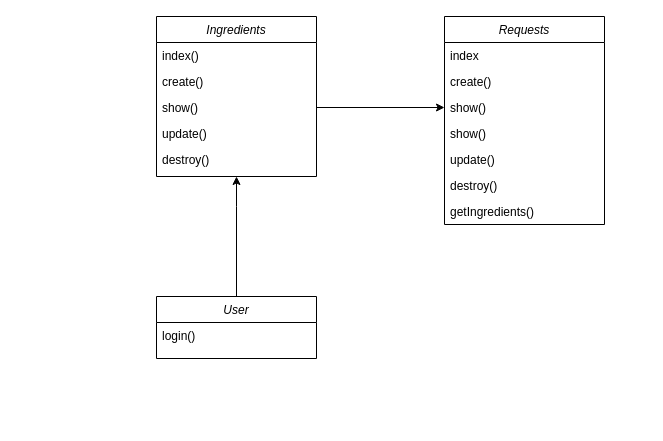
Above: diagrama-classe.drawio in KelpGF/Curso-Laravel-8 (draw.io), before the change. Source tidied: cells renumbered, new cells numbered last; positions are measured from the earlier drawing's top-left corner, leaving out a move shared by most shapes. Both pictures are drawn from the tidied source at 100%, with x=0, y=0 at pixel (156, 16).
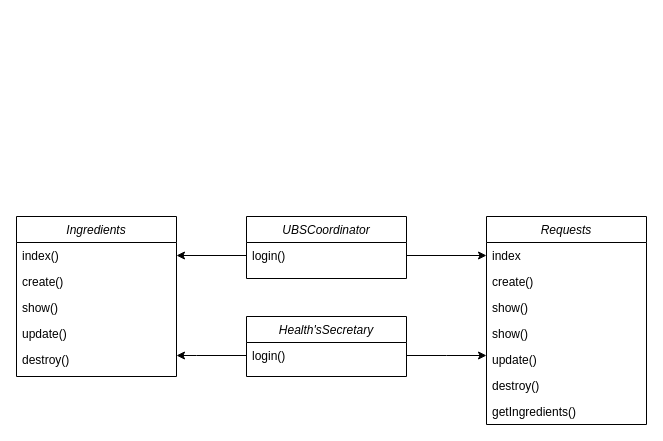
After the change.

Unchanged cells that the change refers to:
```xml
<mxCell id="3" value="index()" style="text;align=left;verticalAlign=top;spacingLeft=4;spacingRight=4;overflow=hidden;points=[[0,0.5],[1,0.5]];portConstraint=eastwest;" parent="2" vertex="1">
  <mxGeometry y="26" width="160" height="26" as="geometry" />
</mxCell>
<mxCell id="5" value="show()" style="text;align=left;verticalAlign=top;spacingLeft=4;spacingRight=4;overflow=hidden;points=[[0,0.5],[1,0.5]];portConstraint=eastwest;" parent="2" vertex="1">
  <mxGeometry y="78" width="160" height="26" as="geometry" />
</mxCell>
<mxCell id="7" value="destroy()" style="text;align=left;verticalAlign=top;spacingLeft=4;spacingRight=4;overflow=hidden;points=[[0,0.5],[1,0.5]];portConstraint=eastwest;" parent="2" vertex="1">
  <mxGeometry y="130" width="160" height="26" as="geometry" />
</mxCell>
<mxCell id="9" value="index" style="text;align=left;verticalAlign=top;spacingLeft=4;spacingRight=4;overflow=hidden;points=[[0,0.5],[1,0.5]];portConstraint=eastwest;" parent="8" vertex="1">
  <mxGeometry y="26" width="160" height="26" as="geometry" />
</mxCell>
<mxCell id="11" value="show()" style="text;align=left;verticalAlign=top;spacingLeft=4;spacingRight=4;overflow=hidden;points=[[0,0.5],[1,0.5]];portConstraint=eastwest;" parent="8" vertex="1">
  <mxGeometry y="78" width="160" height="26" as="geometry" />
</mxCell>
<mxCell id="19" value="login()" style="text;align=left;verticalAlign=top;spacingLeft=4;spacingRight=4;overflow=hidden;points=[[0,0.5],[1,0.5]];portConstraint=eastwest;" parent="18" vertex="1">
  <mxGeometry y="26" width="160" height="26" as="geometry" />
</mxCell>
```

What changed in the source:
```diff
@@
     <mxCell id="2" value="Ingredients" style="swimlane;fontStyle=2;align=center;verticalAlign=top;horizontal=1;startSize=26;rounded=0;shadow=0;strokeWidth=1;" parent="1" vertex="1">
-      <mxGeometry width="160" height="160" as="geometry" />
+      <mxGeometry x="-140" y="200" width="160" height="160" as="geometry" />
     </mxCell>
@@
     <mxCell id="8" value="Requests" style="swimlane;fontStyle=2;align=center;verticalAlign=top;horizontal=1;startSize=26;rounded=0;shadow=0;strokeWidth=1;" parent="1" vertex="1">
-      <mxGeometry x="288" width="160" height="208" as="geometry" />
+      <mxGeometry x="330" y="200" width="160" height="208" as="geometry" />
     </mxCell>
@@
-    <mxCell id="16" style="edgeStyle=orthogonalEdgeStyle;rounded=0;jettySize=auto;html=1;exitX=1;exitY=0.5;exitDx=0;exitDy=0;" parent="1" edge="1" source="5" target="11">
-      <mxGeometry relative="1" as="geometry" />
-    </mxCell>
-    <mxCell id="17" style="edgeStyle=orthogonalEdgeStyle;rounded=0;jettySize=auto;html=1;exitX=0.5;exitY=0;exitDx=0;exitDy=0;entryX=0.5;entryY=1.154;entryDx=0;entryDy=0;entryPerimeter=0;" parent="1" edge="1" source="18" target="7">
-      <mxGeometry relative="1" as="geometry">
-        <Array as="points">
-          <mxPoint x="80" y="190" />
-          <mxPoint x="80" y="190" />
-        </Array>
-      </mxGeometry>
-    </mxCell>
-    <mxCell id="18" value="User" style="swimlane;fontStyle=2;align=center;verticalAlign=top;horizontal=1;startSize=26;rounded=0;shadow=0;strokeWidth=1;" parent="1" vertex="1">
-      <mxGeometry y="280" width="160" height="62" as="geometry" />
+    <mxCell id="18" value="UBSCoordinator" style="swimlane;fontStyle=2;align=center;verticalAlign=top;horizontal=1;startSize=26;rounded=0;shadow=0;strokeWidth=1;" parent="1" vertex="1">
+      <mxGeometry x="90" y="200" width="160" height="62" as="geometry" />
     </mxCell>
@@
+    <mxCell id="20" value="Health'sSecretary" style="swimlane;fontStyle=2;align=center;verticalAlign=top;horizontal=1;startSize=26;rounded=0;shadow=0;strokeWidth=1;" parent="1" vertex="1">
+      <mxGeometry x="90" y="300" width="160" height="60" as="geometry" />
+    </mxCell>
+    <mxCell id="21" value="login()" style="text;align=left;verticalAlign=top;spacingLeft=4;spacingRight=4;overflow=hidden;points=[[0,0.5],[1,0.5]];portConstraint=eastwest;" parent="20" vertex="1">
+      <mxGeometry y="26" width="160" height="26" as="geometry" />
+    </mxCell>
+    <mxCell id="22" style="edgeStyle=orthogonalEdgeStyle;rounded=0;jettySize=auto;html=1;exitX=0;exitY=0.5;exitDx=0;exitDy=0;entryX=1;entryY=0.5;entryDx=0;entryDy=0;" parent="1" edge="1" source="19" target="3">
+      <mxGeometry relative="1" as="geometry" />
+    </mxCell>
+    <mxCell id="23" style="edgeStyle=orthogonalEdgeStyle;rounded=0;jettySize=auto;html=1;exitX=0;exitY=0.5;exitDx=0;exitDy=0;" parent="1" edge="1" source="21" target="7">
+      <mxGeometry relative="1" as="geometry">
+        <Array as="points">
+          <mxPoint x="40" y="339" />
+          <mxPoint x="40" y="339" />
+        </Array>
+      </mxGeometry>
+    </mxCell>
+    <mxCell id="24" style="edgeStyle=orthogonalEdgeStyle;rounded=0;jettySize=auto;html=1;exitX=1;exitY=0.5;exitDx=0;exitDy=0;" parent="1" edge="1" source="21">
+      <mxGeometry relative="1" as="geometry">
+        <mxPoint x="330" y="339" as="targetPoint" />
+      </mxGeometry>
+    </mxCell>
+    <mxCell id="25" style="edgeStyle=orthogonalEdgeStyle;rounded=0;jettySize=auto;html=1;exitX=1;exitY=0.5;exitDx=0;exitDy=0;entryX=0;entryY=0.5;entryDx=0;entryDy=0;" parent="1" edge="1" source="19" target="9">
+      <mxGeometry relative="1" as="geometry" />
+    </mxCell>
```
